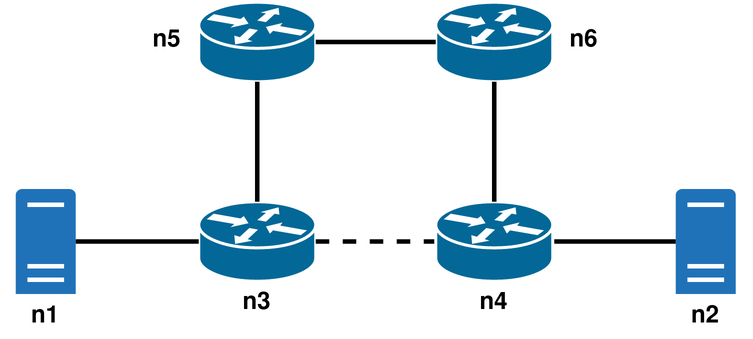
Before: images/delay_box_topology.png, a diagram exported from draw.io (benmandrew/DTLSR-Dissertation). Source tidied: cells renumbered, new cells last; positions are measured from the earlier drawing's top-left corner, leaving out a move shared by most shapes. Source of this version:
```xml
<mxGraphModel>
  <root>
    <mxCell id="0" />
    <mxCell id="1" parent="0" />
    <mxCell id="2" style="shape=mxgraph.cisco.routers.router;html=1;dashed=0;fillColor=#036897;strokeColor=#ffffff;strokeWidth=2;verticalLabelPosition=bottom;verticalAlign=top;align=center;outlineConnect=0;" parent="1" vertex="1">
      <mxGeometry x="132" y="133" width="78" height="53" as="geometry" />
    </mxCell>
    <mxCell id="3" style="sketch=0;shadow=0;dashed=0;html=1;strokeColor=none;labelPosition=center;verticalLabelPosition=bottom;verticalAlign=top;outlineConnect=0;align=center;shape=mxgraph.office.servers.physical_host;fillColor=#2072B8;" parent="1" vertex="1">
      <mxGeometry x="10" y="124.5" width="40" height="70" as="geometry" />
    </mxCell>
    <mxCell id="4" style="sketch=0;shadow=0;dashed=0;html=1;strokeColor=none;labelPosition=center;verticalLabelPosition=bottom;verticalAlign=top;outlineConnect=0;align=center;shape=mxgraph.office.servers.physical_host;fillColor=#2072B8;" parent="1" vertex="1">
      <mxGeometry x="450" y="124.5" width="40" height="70" as="geometry" />
    </mxCell>
    <mxCell id="5" style="endArrow=none;html=1;rounded=0;strokeWidth=3;exitX=0;exitY=0.5;exitDx=0;exitDy=0;exitPerimeter=0;" parent="1" edge="1" source="2" target="3">
      <mxGeometry relative="1" as="geometry" />
    </mxCell>
    <mxCell id="6" style="endArrow=none;html=1;rounded=0;strokeWidth=3;exitX=1;exitY=0.5;exitDx=0;exitDy=0;exitPerimeter=0;" parent="1" edge="1" source="11" target="4">
      <mxGeometry relative="1" as="geometry" />
    </mxCell>
    <mxCell id="7" style="endArrow=none;html=1;rounded=0;strokeWidth=3;exitX=1;exitY=0.5;exitDx=0;exitDy=0;exitPerimeter=0;entryX=0;entryY=0.5;entryDx=0;entryDy=0;entryPerimeter=0;dashed=1;jumpSize=6;" parent="1" edge="1" source="2" target="11">
      <mxGeometry relative="1" as="geometry" />
    </mxCell>
    <mxCell id="8" value="&lt;b&gt;&lt;font style=&quot;font-size: 16px&quot;&gt;n3&lt;/font&gt;&lt;/b&gt;" style="text;html=1;strokeColor=none;fillColor=none;align=center;verticalAlign=middle;whiteSpace=wrap;rounded=0;" parent="1" vertex="1">
      <mxGeometry x="141" y="186" width="60" height="30" as="geometry" />
    </mxCell>
    <mxCell id="9" value="&lt;b&gt;&lt;font style=&quot;font-size: 16px&quot;&gt;n1&lt;/font&gt;&lt;/b&gt;" style="text;html=1;strokeColor=none;fillColor=none;align=center;verticalAlign=middle;whiteSpace=wrap;rounded=0;" parent="1" vertex="1">
      <mxGeometry y="194.5" width="60" height="30" as="geometry" />
    </mxCell>
    <mxCell id="10" value="&lt;b&gt;&lt;font style=&quot;font-size: 16px&quot;&gt;n2&lt;/font&gt;&lt;/b&gt;" style="text;html=1;strokeColor=none;fillColor=none;align=center;verticalAlign=middle;whiteSpace=wrap;rounded=0;" parent="1" vertex="1">
      <mxGeometry x="440" y="194.5" width="60" height="30" as="geometry" />
    </mxCell>
    <mxCell id="11" style="shape=mxgraph.cisco.routers.router;html=1;dashed=0;fillColor=#036897;strokeColor=#ffffff;strokeWidth=2;verticalLabelPosition=bottom;verticalAlign=top;align=center;outlineConnect=0;" parent="1" vertex="1">
      <mxGeometry x="290" y="133" width="78" height="53" as="geometry" />
    </mxCell>
    <mxCell id="12" value="&lt;b&gt;&lt;font style=&quot;font-size: 16px&quot;&gt;n4&lt;/font&gt;&lt;/b&gt;" style="text;html=1;strokeColor=none;fillColor=none;align=center;verticalAlign=middle;whiteSpace=wrap;rounded=0;" parent="1" vertex="1">
      <mxGeometry x="299" y="186" width="60" height="30" as="geometry" />
    </mxCell>
    <mxCell id="13" style="shape=mxgraph.cisco.routers.router;html=1;dashed=0;fillColor=#036897;strokeColor=#ffffff;strokeWidth=2;verticalLabelPosition=bottom;verticalAlign=top;align=center;outlineConnect=0;" parent="1" vertex="1">
      <mxGeometry x="132" width="78" height="53" as="geometry" />
    </mxCell>
    <mxCell id="14" style="shape=mxgraph.cisco.routers.router;html=1;dashed=0;fillColor=#036897;strokeColor=#ffffff;strokeWidth=2;verticalLabelPosition=bottom;verticalAlign=top;align=center;outlineConnect=0;" parent="1" vertex="1">
      <mxGeometry x="290" width="78" height="53" as="geometry" />
    </mxCell>
    <mxCell id="15" style="endArrow=none;html=1;rounded=0;strokeWidth=3;exitX=0.5;exitY=0;exitDx=0;exitDy=0;exitPerimeter=0;entryX=0.5;entryY=1;entryDx=0;entryDy=0;entryPerimeter=0;" parent="1" edge="1" source="2" target="13">
      <mxGeometry relative="1" as="geometry" />
    </mxCell>
    <mxCell id="16" style="endArrow=none;html=1;rounded=0;strokeWidth=3;exitX=0.5;exitY=0;exitDx=0;exitDy=0;exitPerimeter=0;entryX=0.5;entryY=1;entryDx=0;entryDy=0;entryPerimeter=0;" parent="1" edge="1" source="11" target="14">
      <mxGeometry relative="1" as="geometry" />
    </mxCell>
    <mxCell id="17" style="endArrow=none;html=1;rounded=0;strokeWidth=3;exitX=0;exitY=0.5;exitDx=0;exitDy=0;exitPerimeter=0;entryX=1;entryY=0.5;entryDx=0;entryDy=0;entryPerimeter=0;" parent="1" edge="1" source="14" target="13">
      <mxGeometry relative="1" as="geometry" />
    </mxCell>
    <mxCell id="18" value="&lt;b&gt;&lt;font style=&quot;font-size: 16px&quot;&gt;n5&lt;/font&gt;&lt;/b&gt;" style="text;html=1;strokeColor=none;fillColor=none;align=center;verticalAlign=middle;whiteSpace=wrap;rounded=0;" parent="1" vertex="1">
      <mxGeometry x="81" y="11.5" width="60" height="30" as="geometry" />
    </mxCell>
    <mxCell id="19" value="&lt;b&gt;&lt;font style=&quot;font-size: 16px&quot;&gt;n6&lt;/font&gt;&lt;/b&gt;" style="text;html=1;strokeColor=none;fillColor=none;align=center;verticalAlign=middle;whiteSpace=wrap;rounded=0;" parent="1" vertex="1">
      <mxGeometry x="359" y="11.5" width="60" height="30" as="geometry" />
    </mxCell>
  </root>
</mxGraphModel>
```
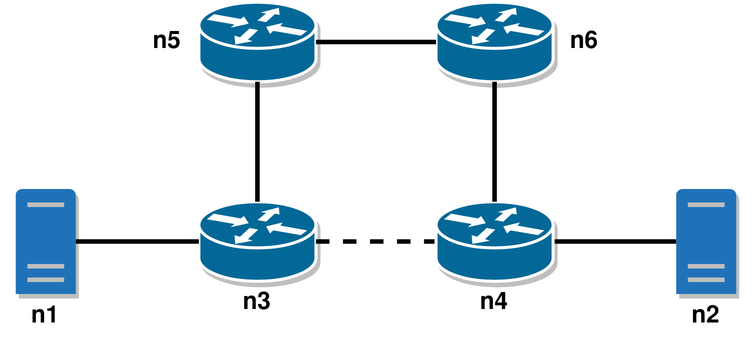
After the change.

Diff of the diagram source:
```diff
@@ -2,13 +2,13 @@
   <root>
     <mxCell id="0" />
     <mxCell id="1" parent="0" />
-    <mxCell id="2" style="shape=mxgraph.cisco.routers.router;html=1;dashed=0;fillColor=#036897;strokeColor=#ffffff;strokeWidth=2;verticalLabelPosition=bottom;verticalAlign=top;align=center;outlineConnect=0;" parent="1" vertex="1">
+    <mxCell id="2" style="shape=mxgraph.cisco.routers.router;html=1;dashed=0;fillColor=#036897;strokeColor=#ffffff;strokeWidth=2;verticalLabelPosition=bottom;verticalAlign=top;align=center;outlineConnect=0;shadow=1;" parent="1" vertex="1">
       <mxGeometry x="132" y="133" width="78" height="53" as="geometry" />
     </mxCell>
-    <mxCell id="3" style="sketch=0;shadow=0;dashed=0;html=1;strokeColor=none;labelPosition=center;verticalLabelPosition=bottom;verticalAlign=top;outlineConnect=0;align=center;shape=mxgraph.office.servers.physical_host;fillColor=#2072B8;" parent="1" vertex="1">
+    <mxCell id="3" style="sketch=0;shadow=1;dashed=0;html=1;strokeColor=none;labelPosition=center;verticalLabelPosition=bottom;verticalAlign=top;outlineConnect=0;align=center;shape=mxgraph.office.servers.physical_host;fillColor=#2072B8;" parent="1" vertex="1">
       <mxGeometry x="10" y="124.5" width="40" height="70" as="geometry" />
     </mxCell>
-    <mxCell id="4" style="sketch=0;shadow=0;dashed=0;html=1;strokeColor=none;labelPosition=center;verticalLabelPosition=bottom;verticalAlign=top;outlineConnect=0;align=center;shape=mxgraph.office.servers.physical_host;fillColor=#2072B8;" parent="1" vertex="1">
+    <mxCell id="4" style="sketch=0;shadow=1;dashed=0;html=1;strokeColor=none;labelPosition=center;verticalLabelPosition=bottom;verticalAlign=top;outlineConnect=0;align=center;shape=mxgraph.office.servers.physical_host;fillColor=#2072B8;" parent="1" vertex="1">
       <mxGeometry x="450" y="124.5" width="40" height="70" as="geometry" />
     </mxCell>
     <mxCell id="5" style="endArrow=none;html=1;rounded=0;strokeWidth=3;exitX=0;exitY=0.5;exitDx=0;exitDy=0;exitPerimeter=0;" parent="1" edge="1" source="2" target="3">
@@ -29,16 +29,16 @@
     <mxCell id="10" value="&lt;b&gt;&lt;font style=&quot;font-size: 16px&quot;&gt;n2&lt;/font&gt;&lt;/b&gt;" style="text;html=1;strokeColor=none;fillColor=none;align=center;verticalAlign=middle;whiteSpace=wrap;rounded=0;" parent="1" vertex="1">
       <mxGeometry x="440" y="194.5" width="60" height="30" as="geometry" />
     </mxCell>
-    <mxCell id="11" style="shape=mxgraph.cisco.routers.router;html=1;dashed=0;fillColor=#036897;strokeColor=#ffffff;strokeWidth=2;verticalLabelPosition=bottom;verticalAlign=top;align=center;outlineConnect=0;" parent="1" vertex="1">
+    <mxCell id="11" style="shape=mxgraph.cisco.routers.router;html=1;dashed=0;fillColor=#036897;strokeColor=#ffffff;strokeWidth=2;verticalLabelPosition=bottom;verticalAlign=top;align=center;outlineConnect=0;shadow=1;" parent="1" vertex="1">
       <mxGeometry x="290" y="133" width="78" height="53" as="geometry" />
     </mxCell>
     <mxCell id="12" value="&lt;b&gt;&lt;font style=&quot;font-size: 16px&quot;&gt;n4&lt;/font&gt;&lt;/b&gt;" style="text;html=1;strokeColor=none;fillColor=none;align=center;verticalAlign=middle;whiteSpace=wrap;rounded=0;" parent="1" vertex="1">
       <mxGeometry x="299" y="186" width="60" height="30" as="geometry" />
     </mxCell>
-    <mxCell id="13" style="shape=mxgraph.cisco.routers.router;html=1;dashed=0;fillColor=#036897;strokeColor=#ffffff;strokeWidth=2;verticalLabelPosition=bottom;verticalAlign=top;align=center;outlineConnect=0;" parent="1" vertex="1">
+    <mxCell id="13" style="shape=mxgraph.cisco.routers.router;html=1;dashed=0;fillColor=#036897;strokeColor=#ffffff;strokeWidth=2;verticalLabelPosition=bottom;verticalAlign=top;align=center;outlineConnect=0;shadow=1;" parent="1" vertex="1">
       <mxGeometry x="132" width="78" height="53" as="geometry" />
     </mxCell>
-    <mxCell id="14" style="shape=mxgraph.cisco.routers.router;html=1;dashed=0;fillColor=#036897;strokeColor=#ffffff;strokeWidth=2;verticalLabelPosition=bottom;verticalAlign=top;align=center;outlineConnect=0;" parent="1" vertex="1">
+    <mxCell id="14" style="shape=mxgraph.cisco.routers.router;html=1;dashed=0;fillColor=#036897;strokeColor=#ffffff;strokeWidth=2;verticalLabelPosition=bottom;verticalAlign=top;align=center;outlineConnect=0;shadow=1;" parent="1" vertex="1">
       <mxGeometry x="290" width="78" height="53" as="geometry" />
     </mxCell>
     <mxCell id="15" style="endArrow=none;html=1;rounded=0;strokeWidth=3;exitX=0.5;exitY=0;exitDx=0;exitDy=0;exitPerimeter=0;entryX=0.5;entryY=1;entryDx=0;entryDy=0;entryPerimeter=0;" parent="1" edge="1" source="2" target="13">
```
